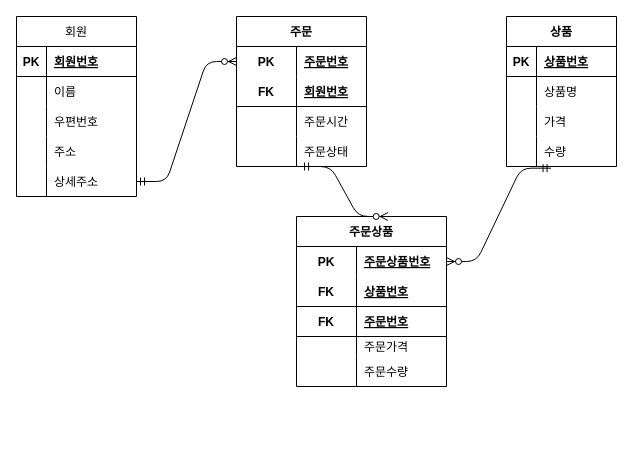
Earlier version of the draw.io diagram mart/erd/mart.drawio (brian110326/bootsource). Source tidied: cells renumbered, new cells numbered last; positions are measured from the earlier drawing's top-left corner, leaving out a move shared by most shapes. Both pictures are drawn from the tidied source at 100%, with x=0, y=0 at pixel (16, 16).
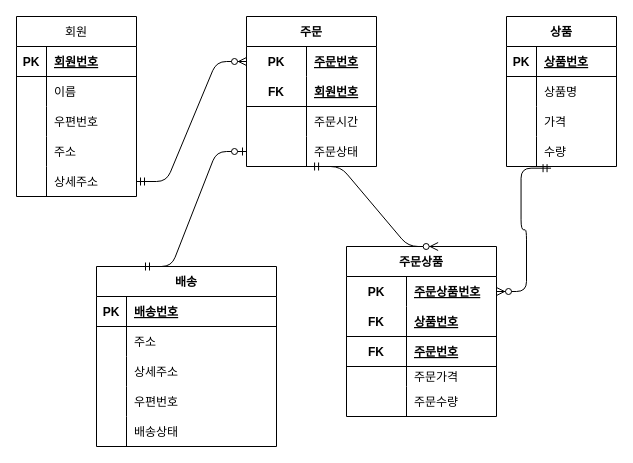
The same page after the edit.

Unchanged cells that the change refers to:
```xml
<mxCell id="41" style="shape=tableRow;horizontal=0;startSize=0;swimlaneHead=0;swimlaneBody=0;fillColor=none;points=[[0,0.5],[1,0.5]];portConstraint=eastwest;top=0;left=0;right=0;bottom=0;" parent="31" vertex="1">
  <mxGeometry y="120" width="130" height="30" as="geometry" />
</mxCell>
```

Diff of the diagram source:
```diff
@@
     <mxCell id="31" value="주문" style="shape=table;startSize=30;childLayout=tableLayout;rowLines=0;fontStyle=1;align=center;" parent="1" vertex="1">
-      <mxGeometry x="220" width="130" height="150" as="geometry" />
+      <mxGeometry x="230" width="130" height="150" as="geometry" />
     </mxCell>
@@
     <mxCell id="45" value="주문상품" style="shape=table;startSize=30;childLayout=tableLayout;rowLines=0;fontStyle=1;align=center;" parent="1" vertex="1">
-      <mxGeometry x="280" y="200" width="150" height="170" as="geometry" />
+      <mxGeometry x="330" y="230" width="150" height="170" as="geometry" />
     </mxCell>
@@
+    <mxCell id="63" value="배송" style="shape=table;startSize=30;childLayout=tableLayout;rowLines=0;fontStyle=1;align=center;" parent="1" vertex="1">
+      <mxGeometry x="80" y="250" width="180" height="180" as="geometry" />
+    </mxCell>
+    <mxCell id="64" style="shape=tableRow;horizontal=0;startSize=0;swimlaneHead=0;swimlaneBody=0;fillColor=none;top=0;left=0;right=0;bottom=1;" parent="63" vertex="1">
+      <mxGeometry y="30" width="180" height="30" as="geometry" />
+    </mxCell>
+    <mxCell id="65" value="PK" style="shape=partialRectangle;fillColor=none;top=0;left=0;bottom=0;right=0;fontStyle=1;overflow=hidden;" parent="64" vertex="1">
+      <mxGeometry width="30" height="30" as="geometry" />
+    </mxCell>
+    <mxCell id="66" value="배송번호" style="shape=partialRectangle;fillColor=none;top=0;left=0;bottom=0;right=0;align=left;spacingLeft=6;fontStyle=5;overflow=hidden;" parent="64" vertex="1">
+      <mxGeometry x="30" width="150" height="30" as="geometry" />
+    </mxCell>
+    <mxCell id="67" style="shape=tableRow;horizontal=0;startSize=0;swimlaneHead=0;swimlaneBody=0;fillColor=none;top=0;left=0;right=0;bottom=0;" parent="63" vertex="1">
+      <mxGeometry y="60" width="180" height="30" as="geometry" />
+    </mxCell>
+    <mxCell id="68" style="shape=partialRectangle;fillColor=none;top=0;left=0;bottom=0;right=0;overflow=hidden;" parent="67" vertex="1">
+      <mxGeometry width="30" height="30" as="geometry" />
+    </mxCell>
+    <mxCell id="69" value="주소" style="shape=partialRectangle;fillColor=none;top=0;left=0;bottom=0;right=0;align=left;spacingLeft=6;overflow=hidden;" parent="67" vertex="1">
+      <mxGeometry x="30" width="150" height="30" as="geometry" />
+    </mxCell>
+    <mxCell id="70" style="shape=tableRow;horizontal=0;startSize=0;swimlaneHead=0;swimlaneBody=0;fillColor=none;top=0;left=0;right=0;bottom=0;" parent="63" vertex="1">
+      <mxGeometry y="90" width="180" height="30" as="geometry" />
+    </mxCell>
+    <mxCell id="71" style="shape=partialRectangle;fillColor=none;top=0;left=0;bottom=0;right=0;overflow=hidden;" parent="70" vertex="1">
+      <mxGeometry width="30" height="30" as="geometry" />
+    </mxCell>
+    <mxCell id="72" value="상세주소" style="shape=partialRectangle;fillColor=none;top=0;left=0;bottom=0;right=0;align=left;spacingLeft=6;overflow=hidden;" parent="70" vertex="1">
+      <mxGeometry x="30" width="150" height="30" as="geometry" />
+    </mxCell>
+    <mxCell id="73" style="shape=tableRow;horizontal=0;startSize=0;swimlaneHead=0;swimlaneBody=0;fillColor=none;top=0;left=0;right=0;bottom=0;" parent="63" vertex="1">
+      <mxGeometry y="120" width="180" height="30" as="geometry" />
+    </mxCell>
+    <mxCell id="74" style="shape=partialRectangle;fillColor=none;top=0;left=0;bottom=0;right=0;overflow=hidden;" parent="73" vertex="1">
+      <mxGeometry width="30" height="30" as="geometry" />
+    </mxCell>
+    <mxCell id="75" value="우편번호" style="shape=partialRectangle;fillColor=none;top=0;left=0;bottom=0;right=0;align=left;spacingLeft=6;overflow=hidden;" parent="73" vertex="1">
+      <mxGeometry x="30" width="150" height="30" as="geometry" />
+    </mxCell>
+    <mxCell id="76" style="shape=tableRow;horizontal=0;startSize=0;swimlaneHead=0;swimlaneBody=0;fillColor=none;top=0;left=0;right=0;bottom=0;" parent="63" vertex="1">
+      <mxGeometry y="150" width="180" height="30" as="geometry" />
+    </mxCell>
+    <mxCell id="77" style="shape=partialRectangle;fillColor=none;top=0;left=0;bottom=0;right=0;overflow=hidden;" parent="76" vertex="1">
+      <mxGeometry width="30" height="30" as="geometry" />
+    </mxCell>
+    <mxCell id="78" value="배송상태" style="shape=partialRectangle;fillColor=none;top=0;left=0;bottom=0;right=0;align=left;spacingLeft=6;overflow=hidden;" parent="76" vertex="1">
+      <mxGeometry x="30" width="150" height="30" as="geometry" />
+    </mxCell>
+    <mxCell id="79" style="edgeStyle=entityRelationEdgeStyle;fontSize=12;html=1;endArrow=ERzeroToOne;startArrow=ERmandOne;exitX=0.25;exitY=0;exitDx=0;exitDy=0;entryX=0;entryY=0.5;entryDx=0;entryDy=0;" parent="1" edge="1" source="63" target="41">
+      <mxGeometry relative="1" as="geometry" />
+    </mxCell>
```
